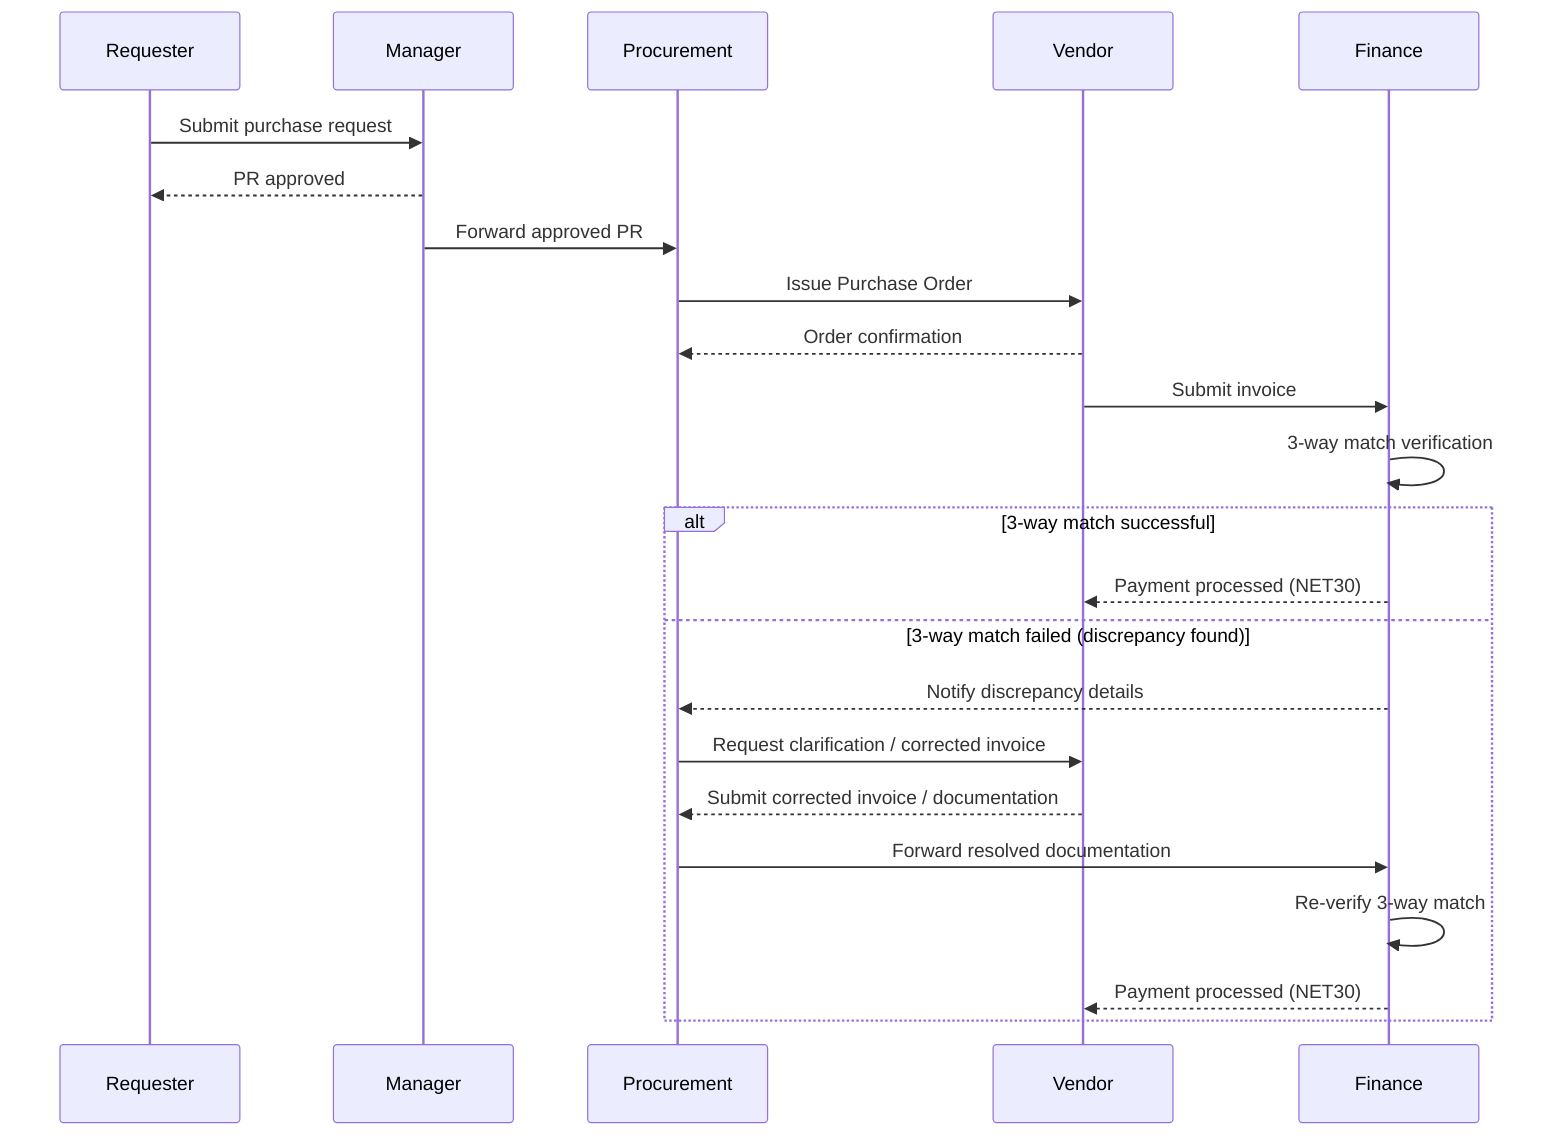
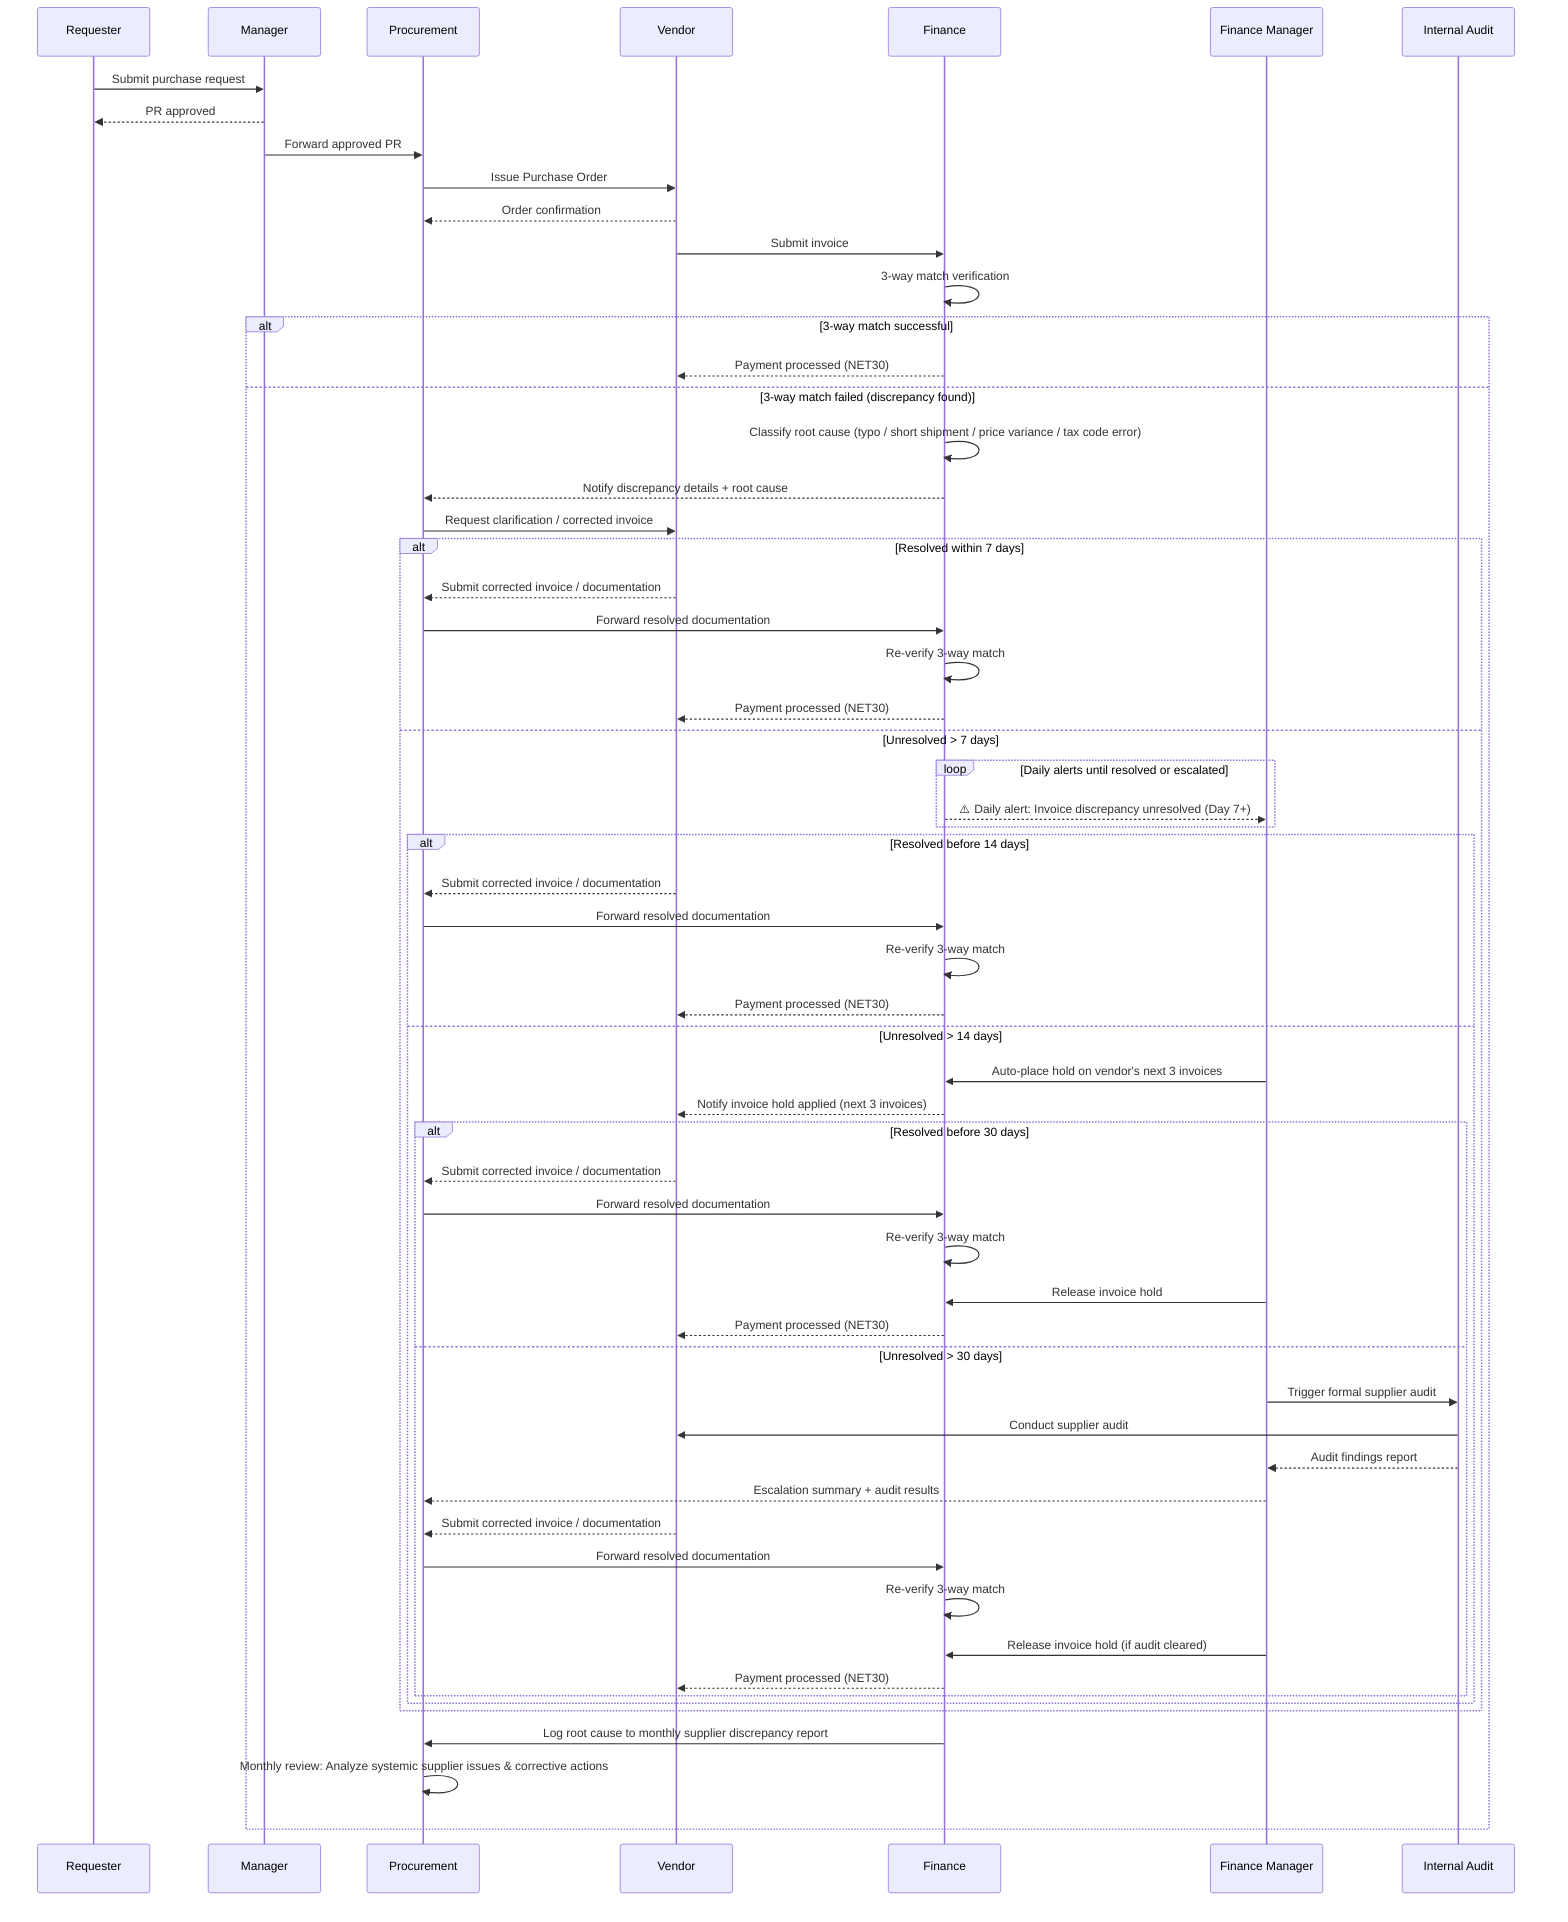
sequenceDiagram
    participant R as Requester
    participant M as Manager
    participant P as Procurement
    participant V as Vendor
    participant F as Finance
+     participant FM as Finance Manager
+     participant IA as Internal Audit

    R->>M: Submit purchase request
    M-->>R: PR approved
    M->>P: Forward approved PR
    P->>V: Issue Purchase Order
    V-->>P: Order confirmation
    V->>F: Submit invoice
    F->>F: 3-way match verification

    %% ⚡ CHANGED SECTION
    alt 3-way match successful
        F-->>V: Payment processed (NET30)
    else 3-way match failed (discrepancy found)
-         F-->>P: Notify discrepancy details
+         F->>F: Classify root cause (typo / short shipment / price variance / tax code error)
+         F-->>P: Notify discrepancy details + root cause
        P->>V: Request clarification / corrected invoice
-         V-->>P: Submit corrected invoice / documentation
-         P->>F: Forward resolved documentation
-         F->>F: Re-verify 3-way match
-         F-->>V: Payment processed (NET30)
+ 
+         alt Resolved within 7 days
+             V-->>P: Submit corrected invoice / documentation
+             P->>F: Forward resolved documentation
+             F->>F: Re-verify 3-way match
+             F-->>V: Payment processed (NET30)
+         else Unresolved > 7 days
+             loop Daily alerts until resolved or escalated
+                 F-->>FM: ⚠️ Daily alert: Invoice discrepancy unresolved (Day 7+)
+             end
+ 
+             alt Resolved before 14 days
+                 V-->>P: Submit corrected invoice / documentation
+                 P->>F: Forward resolved documentation
+                 F->>F: Re-verify 3-way match
+                 F-->>V: Payment processed (NET30)
+             else Unresolved > 14 days
+                 FM->>F: Auto-place hold on vendor's next 3 invoices
+                 F-->>V: Notify invoice hold applied (next 3 invoices)
+ 
+                 alt Resolved before 30 days
+                     V-->>P: Submit corrected invoice / documentation
+                     P->>F: Forward resolved documentation
+                     F->>F: Re-verify 3-way match
+                     FM->>F: Release invoice hold
+                     F-->>V: Payment processed (NET30)
+                 else Unresolved > 30 days
+                     FM->>IA: Trigger formal supplier audit
+                     IA->>V: Conduct supplier audit
+                     IA-->>FM: Audit findings report
+                     FM-->>P: Escalation summary + audit results
+                     V-->>P: Submit corrected invoice / documentation
+                     P->>F: Forward resolved documentation
+                     F->>F: Re-verify 3-way match
+                     FM->>F: Release invoice hold (if audit cleared)
+                     F-->>V: Payment processed (NET30)
+                 end
+             end
+         end
+ 
+         F->>P: Log root cause to monthly supplier discrepancy report
+         P->>P: Monthly review: Analyze systemic supplier issues & corrective actions
    end
    %% ⚡ END CHANGED SECTION